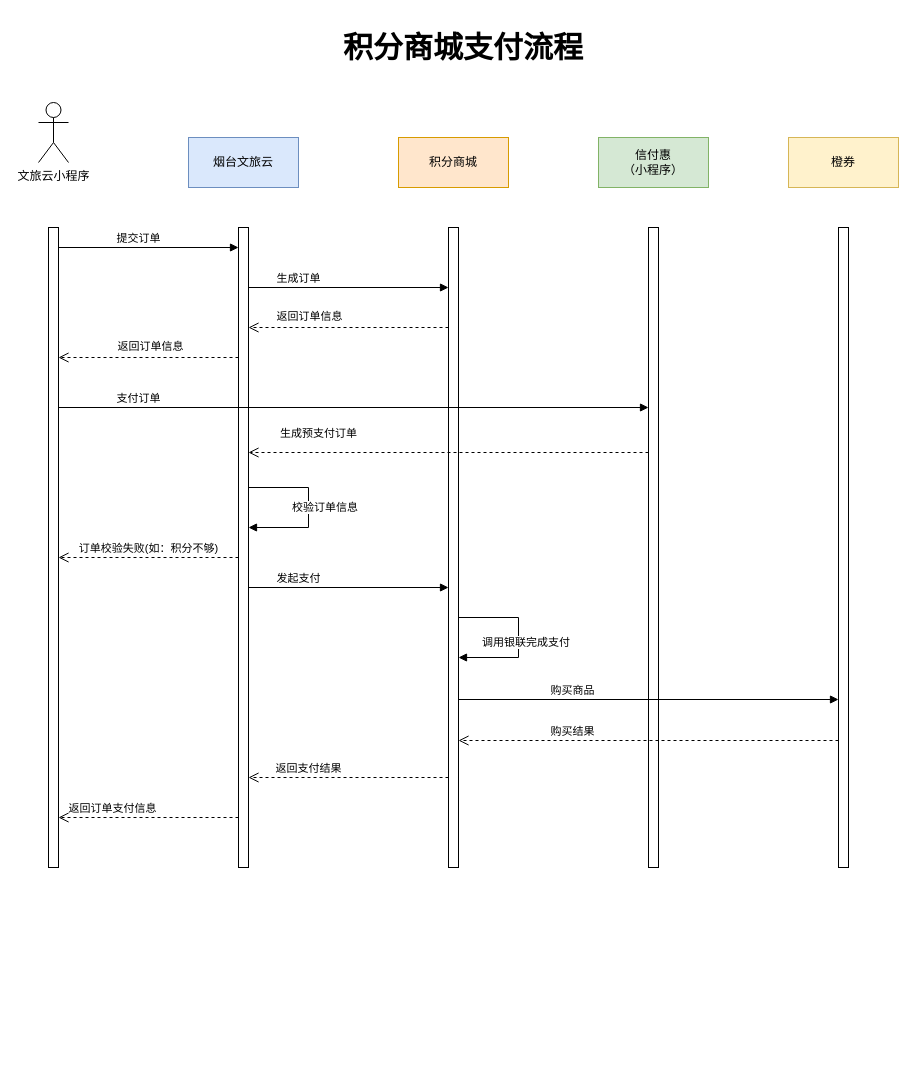
The draw.io diagram 积分商城.drawio in z-cloud-z/draw, before the edit. Source tidied: cells renumbered, new cells numbered last; positions are measured from the earlier drawing's top-left corner, leaving out a move shared by most shapes. Both pictures are drawn from the tidied source at 100%, with x=0, y=0 at pixel (38, 17).
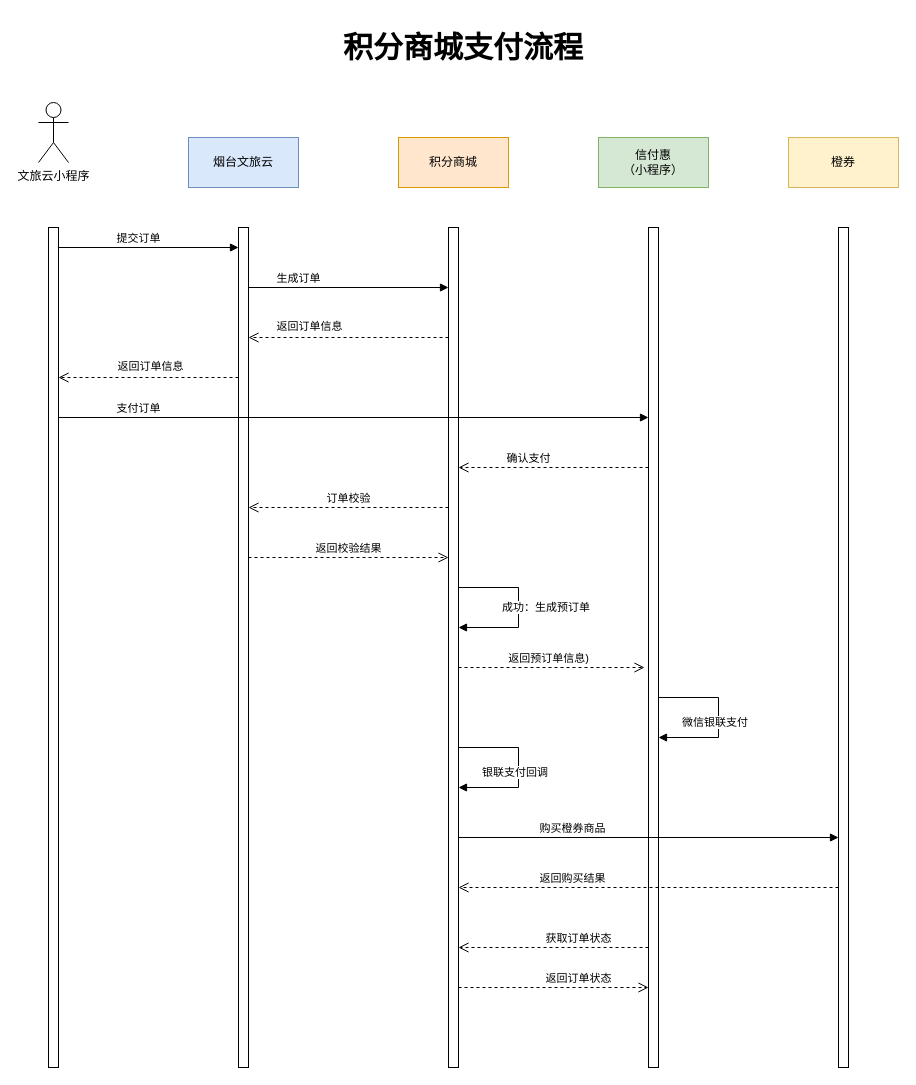
After the change.

Commit message:
更新积分商城.drawio

What changed in the source:
```diff
@@
     <mxCell id="5" style="html=1;perimeter=orthogonalPerimeter;targetShapes=umlLifeline;newEdgeStyle={&quot;curved&quot;:0,&quot;rounded&quot;:0};" parent="1" vertex="1">
-      <mxGeometry x="10" y="210" width="10" height="640" as="geometry" />
+      <mxGeometry x="10" y="210" width="10" height="840" as="geometry" />
     </mxCell>
     <mxCell id="6" style="html=1;points=[[0,0,0,0,5],[0,1,0,0,-5],[1,0,0,0,5],[1,1,0,0,-5]];perimeter=orthogonalPerimeter;outlineConnect=0;targetShapes=umlLifeline;portConstraint=eastwest;newEdgeStyle={&quot;curved&quot;:0,&quot;rounded&quot;:0};" parent="1" vertex="1">
-      <mxGeometry x="200" y="210" width="10" height="640" as="geometry" />
+      <mxGeometry x="200" y="210" width="10" height="840" as="geometry" />
     </mxCell>
     <mxCell id="7" style="html=1;points=[[0,0,0,0,5],[0,1,0,0,-5],[1,0,0,0,5],[1,1,0,0,-5]];perimeter=orthogonalPerimeter;outlineConnect=0;targetShapes=umlLifeline;portConstraint=eastwest;newEdgeStyle={&quot;curved&quot;:0,&quot;rounded&quot;:0};" parent="1" vertex="1">
-      <mxGeometry x="410" y="210" width="10" height="640" as="geometry" />
+      <mxGeometry x="410" y="210" width="10" height="840" as="geometry" />
     </mxCell>
@@
-    <mxCell id="9" value="校验订单信息" style="html=1;align=left;spacingLeft=2;endArrow=block;rounded=0;edgeStyle=orthogonalEdgeStyle;curved=0;rounded=0;" parent="1" edge="1">
-      <mxGeometry x="0.5" y="-20" relative="1" as="geometry">
-        <mxPoint x="210" y="470" as="sourcePoint" />
-        <mxPoint x="210" y="510" as="targetPoint" />
-        <Array as="points">
-          <mxPoint x="270" y="470" />
-          <mxPoint x="270" y="510" />
-        </Array>
-      </mxGeometry>
-    </mxCell>
-    <mxCell id="10" value="订单校验失败(如：积分不够)" style="html=1;verticalAlign=bottom;endArrow=open;dashed=1;endSize=8;curved=0;rounded=0;entryX=1;entryY=0.306;entryDx=0;entryDy=0;entryPerimeter=0;" parent="1" edge="1">
-      <mxGeometry relative="1" as="geometry">
-        <mxPoint x="200" y="540" as="sourcePoint" />
-        <mxPoint x="20" y="540" as="targetPoint" />
+    <mxCell id="10" value="返回预订单信息)" style="html=1;verticalAlign=bottom;endArrow=open;dashed=1;endSize=8;curved=0;rounded=0;" parent="1" edge="1">
+      <mxGeometry x="-0.03" relative="1" as="geometry">
+        <mxPoint x="420" y="650" as="sourcePoint" />
+        <mxPoint x="606" y="650" as="targetPoint" />
       </mxGeometry>
     </mxCell>
@@
     <mxCell id="12" style="html=1;perimeter=orthogonalPerimeter;targetShapes=umlLifeline;newEdgeStyle={&quot;curved&quot;:0,&quot;rounded&quot;:0};" parent="1" vertex="1">
-      <mxGeometry x="610" y="210" width="10" height="640" as="geometry" />
+      <mxGeometry x="610" y="210" width="10" height="840" as="geometry" />
     </mxCell>
@@
     <mxCell id="14" value="支付订单" style="html=1;verticalAlign=bottom;endArrow=block;curved=0;rounded=0;" parent="1" edge="1">
       <mxGeometry x="-0.73" relative="1" as="geometry">
-        <mxPoint x="20" y="390" as="sourcePoint" />
-        <mxPoint x="610" y="390" as="targetPoint" />
+        <mxPoint x="20" y="400" as="sourcePoint" />
+        <mxPoint x="610" y="400" as="targetPoint" />
       </mxGeometry>
     </mxCell>
     <mxCell id="15" style="html=1;verticalAlign=bottom;endArrow=open;dashed=1;endSize=8;curved=0;rounded=0;" parent="1" edge="1">
       <mxGeometry x="0.38" y="-10" relative="1" as="geometry">
-        <mxPoint x="410" y="310" as="sourcePoint" />
-        <mxPoint x="210" y="310" as="targetPoint" />
+        <mxPoint x="410" y="320" as="sourcePoint" />
+        <mxPoint x="210" y="320" as="targetPoint" />
       </mxGeometry>
     </mxCell>
@@
     <mxCell id="18" style="html=1;points=[[0,0,0,0,5],[0,1,0,0,-5],[1,0,0,0,5],[1,1,0,0,-5]];perimeter=orthogonalPerimeter;outlineConnect=0;targetShapes=umlLifeline;portConstraint=eastwest;newEdgeStyle={&quot;curved&quot;:0,&quot;rounded&quot;:0};" parent="1" vertex="1">
-      <mxGeometry x="800" y="210" width="10" height="640" as="geometry" />
+      <mxGeometry x="800" y="210" width="10" height="840" as="geometry" />
     </mxCell>
-    <mxCell id="19" value="生成预支付订单" style="html=1;verticalAlign=bottom;endArrow=open;dashed=1;endSize=8;curved=0;rounded=0;" parent="1" edge="1">
-      <mxGeometry x="0.65" y="-10" relative="1" as="geometry">
-        <mxPoint x="610" y="435" as="sourcePoint" />
-        <mxPoint x="210" y="435" as="targetPoint" />
+    <mxCell id="19" value="确认支付" style="html=1;verticalAlign=bottom;endArrow=open;dashed=1;endSize=8;curved=0;rounded=0;" parent="1" edge="1">
+      <mxGeometry x="0.26" relative="1" as="geometry">
+        <mxPoint x="610" y="450" as="sourcePoint" />
+        <mxPoint x="420" y="450" as="targetPoint" />
       </mxGeometry>
     </mxCell>
-    <mxCell id="20" value="调用银联完成支付" style="html=1;align=left;spacingLeft=2;endArrow=block;rounded=0;edgeStyle=orthogonalEdgeStyle;curved=0;rounded=0;" parent="1" edge="1">
+    <mxCell id="20" value="银联支付回调" style="html=1;align=left;spacingLeft=2;endArrow=block;rounded=0;edgeStyle=orthogonalEdgeStyle;curved=0;rounded=0;" parent="1" edge="1">
       <mxGeometry x="0.75" y="-15" relative="1" as="geometry">
-        <mxPoint x="420" y="600" as="sourcePoint" />
-        <mxPoint x="420" y="640" as="targetPoint" />
+        <mxPoint x="420" y="730" as="sourcePoint" />
+        <mxPoint x="420" y="770" as="targetPoint" />
         <Array as="points">
-          <mxPoint x="480" y="600" />
-          <mxPoint x="480" y="640" />
+          <mxPoint x="480" y="730" />
+          <mxPoint x="480" y="770" />
         </Array>
       </mxGeometry>
     </mxCell>
-    <mxCell id="21" value="购买商品" style="html=1;verticalAlign=bottom;endArrow=block;curved=0;rounded=0;" parent="1" edge="1">
+    <mxCell id="21" value="购买橙券商品" style="html=1;verticalAlign=bottom;endArrow=block;curved=0;rounded=0;" parent="1" edge="1">
       <mxGeometry x="-0.4" relative="1" as="geometry">
-        <mxPoint x="420" y="682" as="sourcePoint" />
-        <mxPoint x="800" y="682" as="targetPoint" />
+        <mxPoint x="420" y="820" as="sourcePoint" />
+        <mxPoint x="800" y="820" as="targetPoint" />
       </mxGeometry>
     </mxCell>
-    <mxCell id="22" value="返回支付结果" style="html=1;verticalAlign=bottom;endArrow=open;dashed=1;endSize=8;curved=0;rounded=0;" parent="1" edge="1" target="6">
-      <mxGeometry x="0.4" relative="1" as="geometry">
-        <mxPoint x="410" y="760" as="sourcePoint" />
-      </mxGeometry>
-    </mxCell>
-    <mxCell id="23" value="购买结果" style="html=1;verticalAlign=bottom;endArrow=open;dashed=1;endSize=8;curved=0;rounded=0;" parent="1" edge="1" source="18">
+    <mxCell id="23" value="返回购买结果" style="html=1;verticalAlign=bottom;endArrow=open;dashed=1;endSize=8;curved=0;rounded=0;" parent="1" edge="1">
       <mxGeometry x="0.4" relative="1" as="geometry">
-        <mxPoint x="420" y="723" as="targetPoint" />
+        <mxPoint x="800" y="870" as="sourcePoint" />
+        <mxPoint x="420" y="870" as="targetPoint" />
       </mxGeometry>
     </mxCell>
@@
-    <mxCell id="25" value="发起支付" style="html=1;verticalAlign=bottom;endArrow=block;curved=0;rounded=0;" parent="1" edge="1">
-      <mxGeometry x="-0.5" relative="1" as="geometry">
-        <mxPoint x="210" y="570" as="sourcePoint" />
-        <mxPoint x="410" y="570" as="targetPoint" />
-      </mxGeometry>
-    </mxCell>
-    <mxCell id="26" value="返回订单支付信息" style="html=1;verticalAlign=bottom;endArrow=open;dashed=1;endSize=8;curved=0;rounded=0;" parent="1" edge="1">
-      <mxGeometry x="0.4" relative="1" as="geometry">
-        <mxPoint x="200" y="800" as="sourcePoint" />
-        <mxPoint x="20" y="800" as="targetPoint" />
+    <mxCell id="26" value="获取订单状态" style="html=1;verticalAlign=bottom;endArrow=open;dashed=1;endSize=8;curved=0;rounded=0;" parent="1" edge="1">
+      <mxGeometry x="-0.26" relative="1" as="geometry">
+        <mxPoint x="610" y="930" as="sourcePoint" />
+        <mxPoint x="420" y="930" as="targetPoint" />
       </mxGeometry>
     </mxCell>
     <mxCell id="27" style="html=1;verticalAlign=bottom;endArrow=open;dashed=1;endSize=8;curved=0;rounded=0;" parent="1" edge="1">
       <mxGeometry x="0.38" y="-10" relative="1" as="geometry">
-        <mxPoint x="200" y="340" as="sourcePoint" />
-        <mxPoint x="20" y="340" as="targetPoint" />
+        <mxPoint x="200" y="360" as="sourcePoint" />
+        <mxPoint x="20" y="360" as="targetPoint" />
       </mxGeometry>
     </mxCell>
@@
+    <mxCell id="29" value="成功：生成预订单" style="html=1;align=left;spacingLeft=2;endArrow=block;rounded=0;edgeStyle=orthogonalEdgeStyle;curved=0;rounded=0;" parent="1" edge="1">
+      <mxGeometry x="0.5" y="-20" relative="1" as="geometry">
+        <mxPoint x="420" y="570" as="sourcePoint" />
+        <mxPoint x="420" y="610" as="targetPoint" />
+        <Array as="points">
+          <mxPoint x="480" y="570" />
+          <mxPoint x="480" y="610" />
+        </Array>
+      </mxGeometry>
+    </mxCell>
+    <mxCell id="30" value="订单校验" style="html=1;verticalAlign=bottom;endArrow=open;dashed=1;endSize=8;curved=0;rounded=0;entryX=1;entryY=0.306;entryDx=0;entryDy=0;entryPerimeter=0;" parent="1" edge="1" source="7">
+      <mxGeometry relative="1" as="geometry">
+        <mxPoint x="210" y="490" as="targetPoint" />
+      </mxGeometry>
+    </mxCell>
+    <mxCell id="31" value="微信银联支付" style="html=1;align=left;spacingLeft=2;endArrow=block;rounded=0;edgeStyle=orthogonalEdgeStyle;curved=0;rounded=0;" parent="1" edge="1">
+      <mxGeometry x="0.75" y="-15" relative="1" as="geometry">
+        <mxPoint x="620" y="680" as="sourcePoint" />
+        <mxPoint x="620" y="720" as="targetPoint" />
+        <Array as="points">
+          <mxPoint x="680" y="680" />
+          <mxPoint x="680" y="720" />
+        </Array>
+      </mxGeometry>
+    </mxCell>
+    <mxCell id="32" value="返回校验结果" style="html=1;verticalAlign=bottom;endArrow=open;dashed=1;endSize=8;curved=0;rounded=0;" parent="1" edge="1">
+      <mxGeometry relative="1" as="geometry">
+        <mxPoint x="210" y="540" as="sourcePoint" />
+        <mxPoint x="410" y="540" as="targetPoint" />
+      </mxGeometry>
+    </mxCell>
+    <mxCell id="33" value="返回订单状态" style="html=1;verticalAlign=bottom;endArrow=open;dashed=1;endSize=8;curved=0;rounded=0;" parent="1" edge="1">
+      <mxGeometry x="0.26" relative="1" as="geometry">
+        <mxPoint x="420" y="970" as="sourcePoint" />
+        <mxPoint x="610" y="970" as="targetPoint" />
+      </mxGeometry>
+    </mxCell>
```
